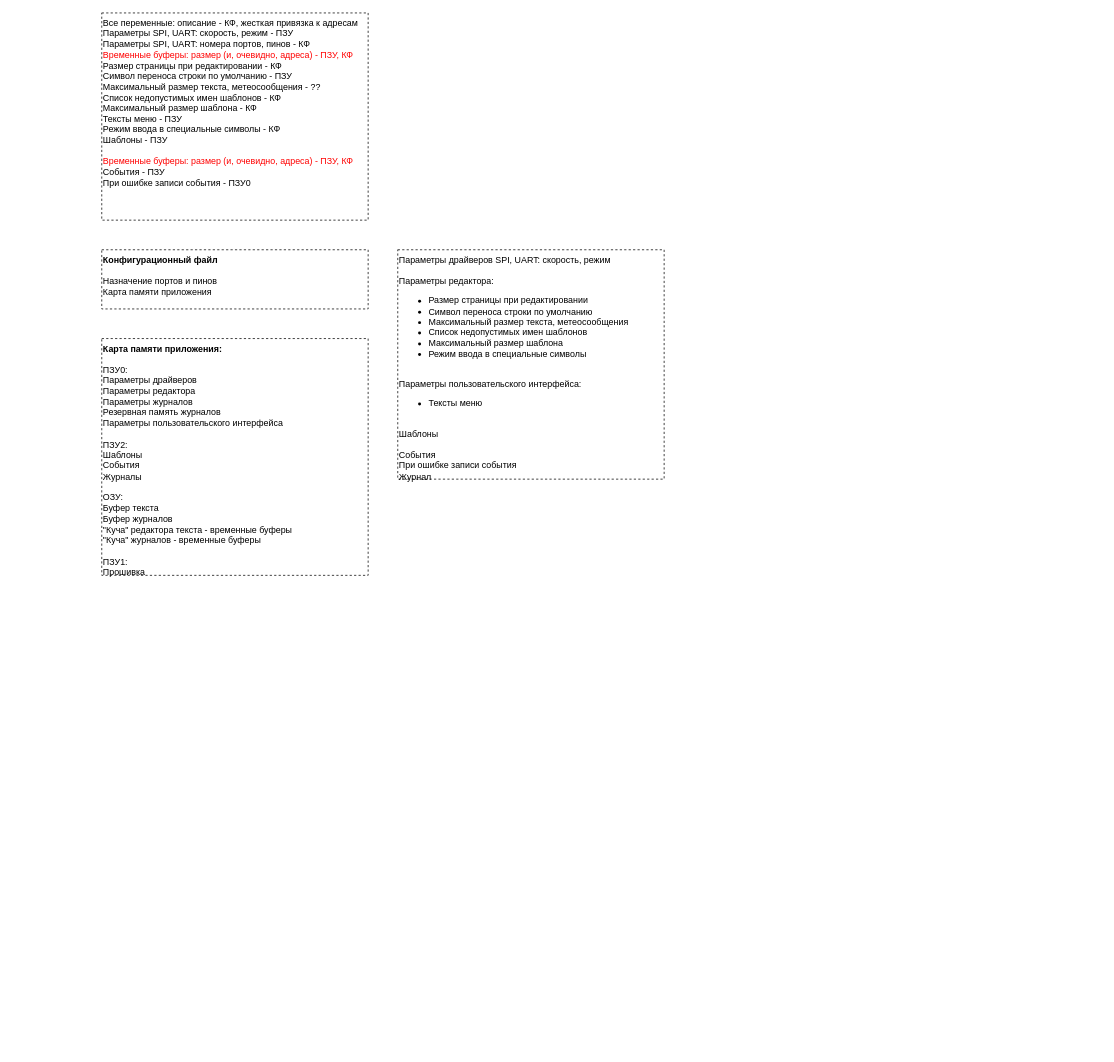
Earlier version of the draw.io diagram page "Настройки" (8 of 8) of _Doc/LPM_class_component_diagram.drawio (Teslatec/LPM_Editor). Source tidied: cells renumbered, new cells numbered last; positions are measured from the earlier drawing's top-left corner, leaving out a move shared by most shapes. Both pictures are drawn from the tidied source at 74%, with x=0, y=0 at pixel (101, 13).
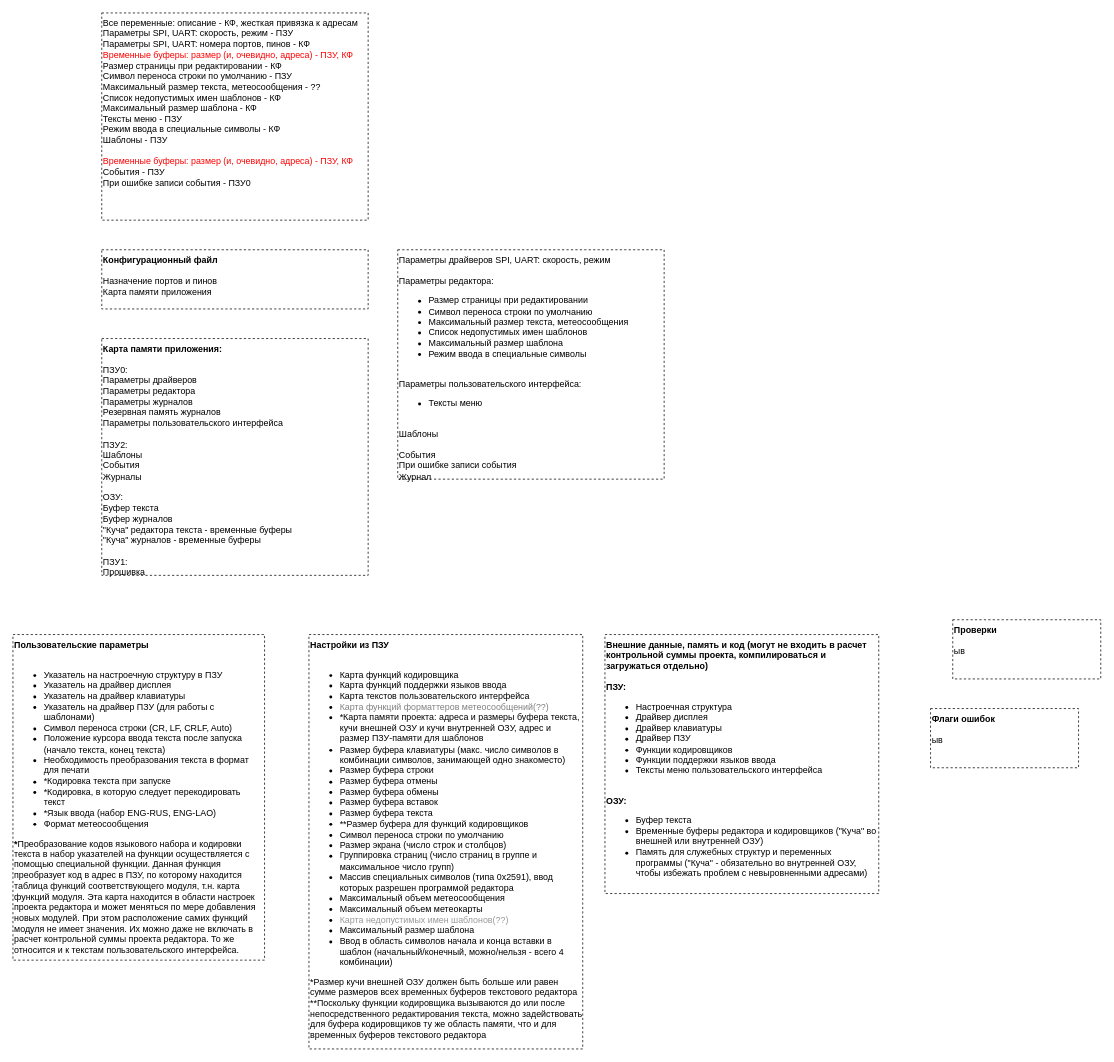
Above is the later version.

Commit message (it also covers changes not shown here):
Добавил список параметров редактора в ПЗУ, список пользовательских настроек и список "внешних" функций, данных и буферов

Change to the diagram source:
```diff
@@
 <mxGraphModel>
   <root>
     <mxCell id="0" />
     <mxCell id="1" parent="0" />
     <mxCell id="2" value="Все переменные: описание - КФ, жесткая привязка к адресам&lt;br&gt;Параметры SPI, UART: скорость, режим - ПЗУ&lt;br&gt;Параметры SPI, UART: номера портов, пинов - КФ&lt;br&gt;&lt;font color=&quot;#ff0000&quot;&gt;Временные буферы: размер (и, очевидно, адреса) - ПЗУ, КФ&lt;br&gt;&lt;/font&gt;Размер страницы при редактировании - КФ&lt;br&gt;Символ переноса строки по умолчанию - ПЗУ&lt;br&gt;Максимальный размер текста, метеосообщения - ??&lt;br&gt;Список недопустимых имен шаблонов - КФ&lt;br&gt;Максимальный размер шаблона - КФ&lt;br&gt;Тексты меню - ПЗУ&lt;br&gt;Режим ввода в специальные символы - КФ&lt;br&gt;Шаблоны - ПЗУ&lt;br&gt;&lt;br&gt;&lt;span style=&quot;color: rgb(255 , 0 , 0)&quot;&gt;Временные буферы: размер (и, очевидно, адреса) - ПЗУ, КФ&lt;/span&gt;&lt;br style=&quot;color: rgb(255 , 0 , 0)&quot;&gt;События - ПЗУ&lt;br&gt;При ошибке записи события - ПЗУ0&lt;br&gt;" style="rounded=0;whiteSpace=wrap;html=1;dashed=1;fillColor=none;labelPosition=center;verticalLabelPosition=middle;align=left;verticalAlign=top;" parent="1" vertex="1">
       <mxGeometry width="360" height="280" as="geometry" />
     </mxCell>
     <mxCell id="3" value="&lt;b&gt;Конфигурационный файл&lt;/b&gt;&lt;br&gt;&lt;br&gt;Назначение портов и пинов&lt;br&gt;Карта памяти приложения" style="rounded=0;whiteSpace=wrap;html=1;dashed=1;fillColor=none;labelPosition=center;verticalLabelPosition=middle;align=left;verticalAlign=top;" parent="1" vertex="1">
       <mxGeometry y="320" width="360" height="80" as="geometry" />
     </mxCell>
     <mxCell id="4" value="Параметры драйверов SPI, UART: скорость, режим&lt;br&gt;&lt;br&gt;Параметры редактора:&amp;nbsp;&lt;br&gt;&lt;ul&gt;&lt;li&gt;Размер страницы при редактировании&amp;nbsp;&lt;/li&gt;&lt;li&gt;Символ переноса строки по умолчанию&lt;/li&gt;&lt;li&gt;Максимальный размер текста, метеосообщения&lt;/li&gt;&lt;li&gt;Список недопустимых имен шаблонов&lt;/li&gt;&lt;li&gt;Максимальный размер шаблона&lt;/li&gt;&lt;li&gt;Режим ввода в специальные символы&lt;/li&gt;&lt;/ul&gt;&lt;br&gt;Параметры пользовательского интерфейса:&lt;br&gt;&lt;ul&gt;&lt;li&gt;Тексты меню&lt;/li&gt;&lt;/ul&gt;&lt;br&gt;Шаблоны&lt;br&gt;&lt;br&gt;События&lt;br&gt;При ошибке записи события&lt;br&gt;Журнал" style="rounded=0;whiteSpace=wrap;html=1;dashed=1;fillColor=none;labelPosition=center;verticalLabelPosition=middle;align=left;verticalAlign=top;" parent="1" vertex="1">
       <mxGeometry x="400" y="320" width="360" height="310" as="geometry" />
     </mxCell>
     <mxCell id="5" value="&lt;b&gt;Карта памяти приложения:&lt;/b&gt;&lt;br&gt;&lt;br&gt;ПЗУ0:&lt;br&gt;Параметры драйверов&lt;br&gt;Параметры редактора&lt;br&gt;Параметры журналов&lt;br&gt;Резервная память журналов&lt;br&gt;Параметры пользовательского интерфейса&lt;br&gt;&lt;br&gt;ПЗУ2:&lt;br&gt;Шаблоны&lt;br&gt;События&lt;br&gt;Журналы&lt;br&gt;&lt;br&gt;ОЗУ:&lt;br&gt;Буфер текста&lt;br&gt;Буфер журналов&lt;br&gt;&quot;Куча&quot; редактора текста - временные буферы&lt;br&gt;&quot;Куча&quot; журналов - временные буферы&lt;br&gt;&lt;br&gt;ПЗУ1:&lt;br&gt;Прошивка" style="rounded=0;whiteSpace=wrap;html=1;dashed=1;fillColor=none;labelPosition=center;verticalLabelPosition=middle;align=left;verticalAlign=top;" parent="1" vertex="1">
       <mxGeometry y="440" width="360" height="320" as="geometry" />
     </mxCell>
+    <mxCell id="6" value="&lt;b&gt;Пользовательские параметры&lt;/b&gt;&lt;br&gt;&lt;br&gt;&lt;ul&gt;&lt;li&gt;Указатель на настроечную структуру в ПЗУ&lt;/li&gt;&lt;li&gt;Указатель на драйвер дисплея&lt;/li&gt;&lt;li&gt;Указатель на драйвер клавиатуры&lt;/li&gt;&lt;li&gt;Указатель на драйвер ПЗУ (для работы с шаблонами)&lt;/li&gt;&lt;li&gt;Символ переноса строки (CR, LF, CRLF, Auto)&lt;/li&gt;&lt;li&gt;&lt;span&gt;Положение курсора ввода текста после запуска (начало текста, конец текста)&lt;/span&gt;&lt;br&gt;&lt;/li&gt;&lt;li&gt;Необходимость преобразования текста в формат для печати&lt;/li&gt;&lt;li&gt;*Кодировка текста при запуске&lt;/li&gt;&lt;li&gt;*Кодировка, в которую следует перекодировать текст&lt;/li&gt;&lt;li&gt;*Язык ввода (набор ENG-RUS, ENG-LAO)&lt;/li&gt;&lt;li&gt;Формат метеосообщения&lt;/li&gt;&lt;/ul&gt;&lt;div&gt;&lt;b&gt;*&lt;/b&gt;Преобразование кодов языкового набора и кодировки текста в набор указателей на функции осуществляется с помощью специальной функции. Данная функция преобразует код в адрес в ПЗУ, по которому находится таблица функций соответствующего модуля, т.н. карта функций модуля. Эта карта находится в области настроек проекта редактора и может меняться по мере добавления новых модулей. При этом расположение самих функций модуля не имеет значения. Их можно даже не включать в расчет контрольной суммы проекта редактора. То же относится и к текстам пользовательского интерфейса.&lt;/div&gt;" style="rounded=0;whiteSpace=wrap;html=1;dashed=1;fillColor=none;labelPosition=center;verticalLabelPosition=middle;align=left;verticalAlign=top;" parent="1" vertex="1">
+      <mxGeometry x="-120" y="840" width="340" height="440" as="geometry" />
+    </mxCell>
+    <mxCell id="7" value="&lt;b&gt;Настройки из ПЗУ&lt;/b&gt;&lt;br&gt;&lt;br&gt;&lt;ul&gt;&lt;li&gt;&lt;span&gt;Карта функций кодировщика&lt;/span&gt;&lt;br&gt;&lt;/li&gt;&lt;li&gt;Карта функций поддержки языков ввода&lt;/li&gt;&lt;li&gt;Карта текстов пользовательского интерфейса&lt;/li&gt;&lt;li&gt;&lt;font color=&quot;#808080&quot;&gt;Карта функций форматтеров метеосообщений(??)&lt;/font&gt;&lt;/li&gt;&lt;li&gt;*Карта памяти проекта: адреса и размеры буфера текста, кучи внешней ОЗУ и кучи внутренней ОЗУ, адрес и размер ПЗУ-памяти для шаблонов&lt;/li&gt;&lt;li&gt;Размер буфера клавиатуры (макс. число символов в комбинации символов, занимающей одно знакоместо)&lt;/li&gt;&lt;li&gt;Размер буфера строки&lt;/li&gt;&lt;li&gt;Размер буфера отмены&lt;/li&gt;&lt;li&gt;Размер буфера обмены&lt;/li&gt;&lt;li&gt;Размер буфера вставок&lt;/li&gt;&lt;li&gt;Размер буфера текста&lt;/li&gt;&lt;li&gt;**Размер буфера для функций кодировщиков&lt;/li&gt;&lt;li&gt;Символ переноса строки по умолчанию&lt;/li&gt;&lt;li&gt;Размер экрана (число строк и столбцов)&lt;/li&gt;&lt;li&gt;Группировка страниц (число страниц в группе и максимальное число групп)&lt;/li&gt;&lt;li&gt;Массив специальных символов (типа 0x2591), ввод которых разрешен программой редактора&lt;/li&gt;&lt;li&gt;Максимальный объем метеосообщения&lt;/li&gt;&lt;li&gt;Максимальный объем метеокарты&lt;/li&gt;&lt;li&gt;&lt;font color=&quot;#999999&quot;&gt;Карта недопустимых имен шаблонов(??)&lt;/font&gt;&lt;/li&gt;&lt;li&gt;Максимальный размер шаблона&lt;/li&gt;&lt;li&gt;Ввод в область символов начала и конца вставки в шаблон (начальный/конечный, можно/нельзя - всего 4 комбинации)&lt;/li&gt;&lt;/ul&gt;&lt;div&gt;&lt;span&gt;*Размер кучи внешней ОЗУ должен быть больше или равен сумме размеров всех временных буферов текстового редактора&lt;/span&gt;&lt;br&gt;&lt;/div&gt;&lt;div&gt;**Поскольку функции кодировщика вызываются до или после непосредственного редактирования текста, можно задействовать для буфера кодировщиков ту же область памяти, что и для временных буферов текстового редактора&lt;br&gt;&lt;/div&gt;" style="rounded=0;whiteSpace=wrap;html=1;dashed=1;fillColor=none;labelPosition=center;verticalLabelPosition=middle;align=left;verticalAlign=top;" parent="1" vertex="1">
+      <mxGeometry x="280" y="840" width="370" height="560" as="geometry" />
+    </mxCell>
+    <mxCell id="8" value="&lt;b&gt;Проверки&lt;/b&gt;&lt;br&gt;&lt;br&gt;ыв" style="rounded=0;whiteSpace=wrap;html=1;dashed=1;fillColor=none;labelPosition=center;verticalLabelPosition=middle;align=left;verticalAlign=top;" parent="1" vertex="1">
+      <mxGeometry x="1150" y="820" width="200" height="80" as="geometry" />
+    </mxCell>
+    <mxCell id="9" value="&lt;b&gt;Флаги ошибок&lt;/b&gt;&lt;br&gt;&lt;br&gt;ыв" style="rounded=0;whiteSpace=wrap;html=1;dashed=1;fillColor=none;labelPosition=center;verticalLabelPosition=middle;align=left;verticalAlign=top;" parent="1" vertex="1">
+      <mxGeometry x="1120" y="940" width="200" height="80" as="geometry" />
+    </mxCell>
+    <mxCell id="10" value="&lt;b&gt;Внешние данные, память и код (могут не входить в расчет контрольной суммы проекта, компилироваться и загружаться отдельно)&lt;/b&gt;&lt;br&gt;&lt;br&gt;&lt;b&gt;ПЗУ:&lt;/b&gt;&lt;br&gt;&lt;ul&gt;&lt;li&gt;Настроечная структура&lt;/li&gt;&lt;li&gt;Драйвер дисплея&lt;/li&gt;&lt;li&gt;Драйвер клавиатуры&lt;/li&gt;&lt;li&gt;Драйвер ПЗУ&lt;/li&gt;&lt;li&gt;Функции кодировщиков&lt;/li&gt;&lt;li&gt;Функции поддержки языков ввода&lt;/li&gt;&lt;li&gt;Тексты меню пользовательского интерфейса&lt;/li&gt;&lt;/ul&gt;&lt;div&gt;&lt;br&gt;&lt;b&gt;ОЗУ:&lt;/b&gt;&lt;br&gt;&lt;ul&gt;&lt;li&gt;Буфер текста&lt;/li&gt;&lt;li&gt;Временные буферы редактора и кодировщиков (&quot;Куча&quot; во внешней или внутренней ОЗУ)&lt;/li&gt;&lt;li&gt;Память для служебных структур и переменных программы (&quot;Куча&quot; - обязательно во внутренней ОЗУ, чтобы избежать проблем с невыровненными адресами)&lt;/li&gt;&lt;/ul&gt;&lt;/div&gt;" style="rounded=0;whiteSpace=wrap;html=1;dashed=1;fillColor=none;labelPosition=center;verticalLabelPosition=middle;align=left;verticalAlign=top;" parent="1" vertex="1">
+      <mxGeometry x="680" y="840" width="370" height="350" as="geometry" />
+    </mxCell>
   </root>
 </mxGraphModel>
```
